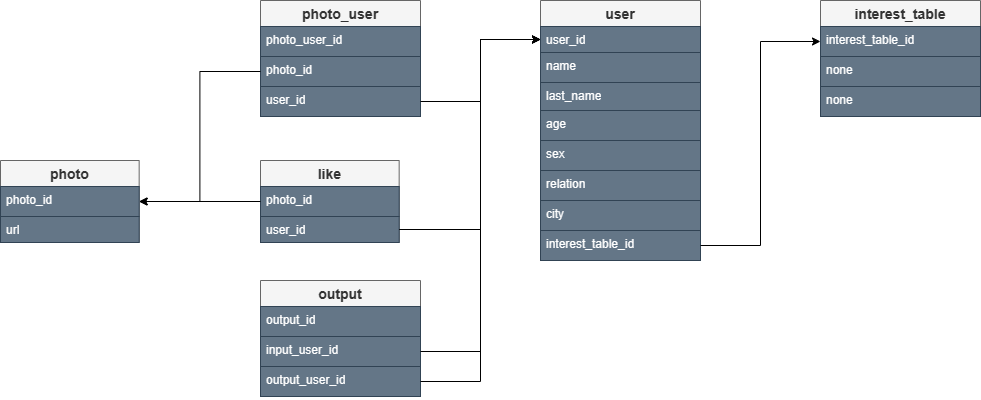
Earlier version of the draw.io export DataBase/VKinderDB.png (Vector232/Diplom_VKinder). Source tidied: cells renumbered, new cells last; positions are measured from the earlier drawing's top-left corner, leaving out a move shared by most shapes.
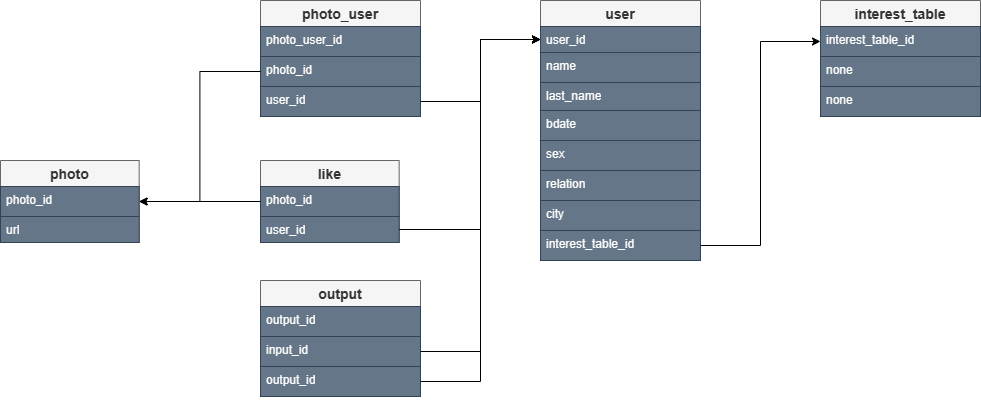
The same file after the commit.

The edit, as a diff of the source:
```diff
@@ -14,7 +14,7 @@
     <mxCell id="5" value="last_name" style="text;strokeColor=#314354;fillColor=#647687;spacingLeft=4;spacingRight=4;overflow=hidden;fontSize=12;whiteSpace=wrap;html=1;fontColor=#ffffff;" parent="2" vertex="1">
       <mxGeometry y="82" width="160" height="28" as="geometry" />
     </mxCell>
-    <mxCell id="6" value="age" style="text;strokeColor=#314354;fillColor=#647687;spacingLeft=4;spacingRight=4;overflow=hidden;fontSize=12;whiteSpace=wrap;html=1;fontColor=#ffffff;" parent="2" vertex="1">
+    <mxCell id="6" value="bdate" style="text;strokeColor=#314354;fillColor=#647687;spacingLeft=4;spacingRight=4;overflow=hidden;fontSize=12;whiteSpace=wrap;html=1;fontColor=#ffffff;" parent="2" vertex="1">
       <mxGeometry y="110" width="160" height="30" as="geometry" />
     </mxCell>
     <mxCell id="7" value="sex" style="text;strokeColor=#314354;fillColor=#647687;spacingLeft=4;spacingRight=4;overflow=hidden;fontSize=12;whiteSpace=wrap;html=1;fontColor=#ffffff;" parent="2" vertex="1">
@@ -74,10 +74,10 @@
     <mxCell id="25" value="output_id" style="text;strokeColor=#314354;fillColor=#647687;spacingLeft=4;spacingRight=4;overflow=hidden;fontSize=12;whiteSpace=wrap;html=1;fontColor=#ffffff;" parent="24" vertex="1">
       <mxGeometry y="26" width="160" height="30" as="geometry" />
     </mxCell>
-    <mxCell id="26" value="input_user_id" style="text;strokeColor=#314354;fillColor=#647687;spacingLeft=4;spacingRight=4;overflow=hidden;points=[[0,0.5],[1,0.5]];portConstraint=eastwest;fontSize=12;whiteSpace=wrap;html=1;fontColor=#ffffff;" parent="24" vertex="1">
+    <mxCell id="26" value="input_id" style="text;strokeColor=#314354;fillColor=#647687;spacingLeft=4;spacingRight=4;overflow=hidden;points=[[0,0.5],[1,0.5]];portConstraint=eastwest;fontSize=12;whiteSpace=wrap;html=1;fontColor=#ffffff;" parent="24" vertex="1">
       <mxGeometry y="56" width="160" height="30" as="geometry" />
     </mxCell>
-    <mxCell id="27" value="output_user_id" style="text;strokeColor=#314354;fillColor=#647687;spacingLeft=4;spacingRight=4;overflow=hidden;points=[[0,0.5],[1,0.5]];portConstraint=eastwest;fontSize=12;whiteSpace=wrap;html=1;fontColor=#ffffff;" parent="24" vertex="1">
+    <mxCell id="27" value="output_id" style="text;strokeColor=#314354;fillColor=#647687;spacingLeft=4;spacingRight=4;overflow=hidden;points=[[0,0.5],[1,0.5]];portConstraint=eastwest;fontSize=12;whiteSpace=wrap;html=1;fontColor=#ffffff;" parent="24" vertex="1">
       <mxGeometry y="86" width="160" height="30" as="geometry" />
     </mxCell>
     <mxCell id="28" style="edgeStyle=orthogonalEdgeStyle;rounded=0;jettySize=auto;html=1;" parent="1" edge="1" source="26" target="3">
```
